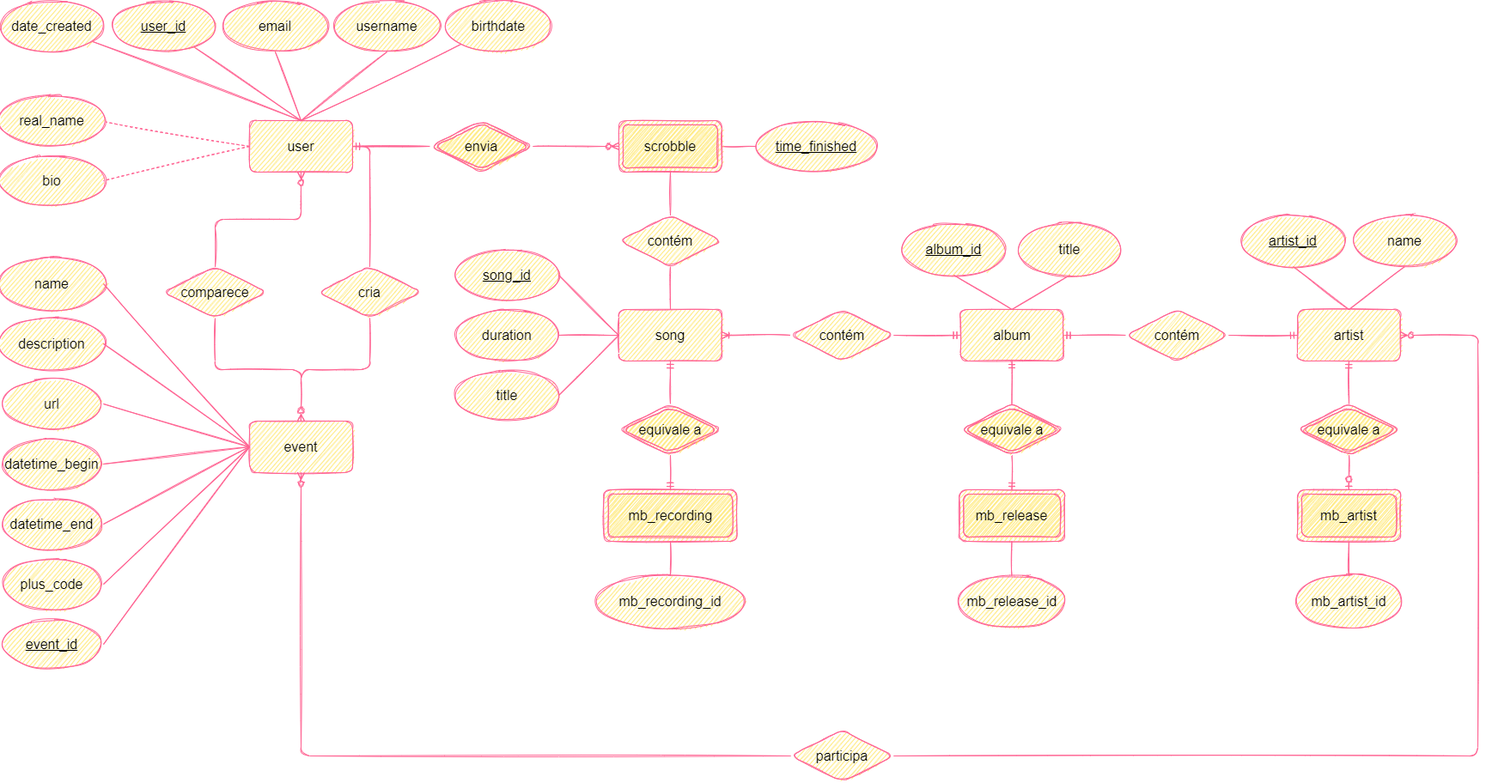
This is schema/MER.png from Salies/voxlog, a draw.io export, as it was before one commit. Source tidied: cells renumbered, new cells last; positions are measured from the earlier drawing's top-left corner, leaving out a move shared by most shapes.
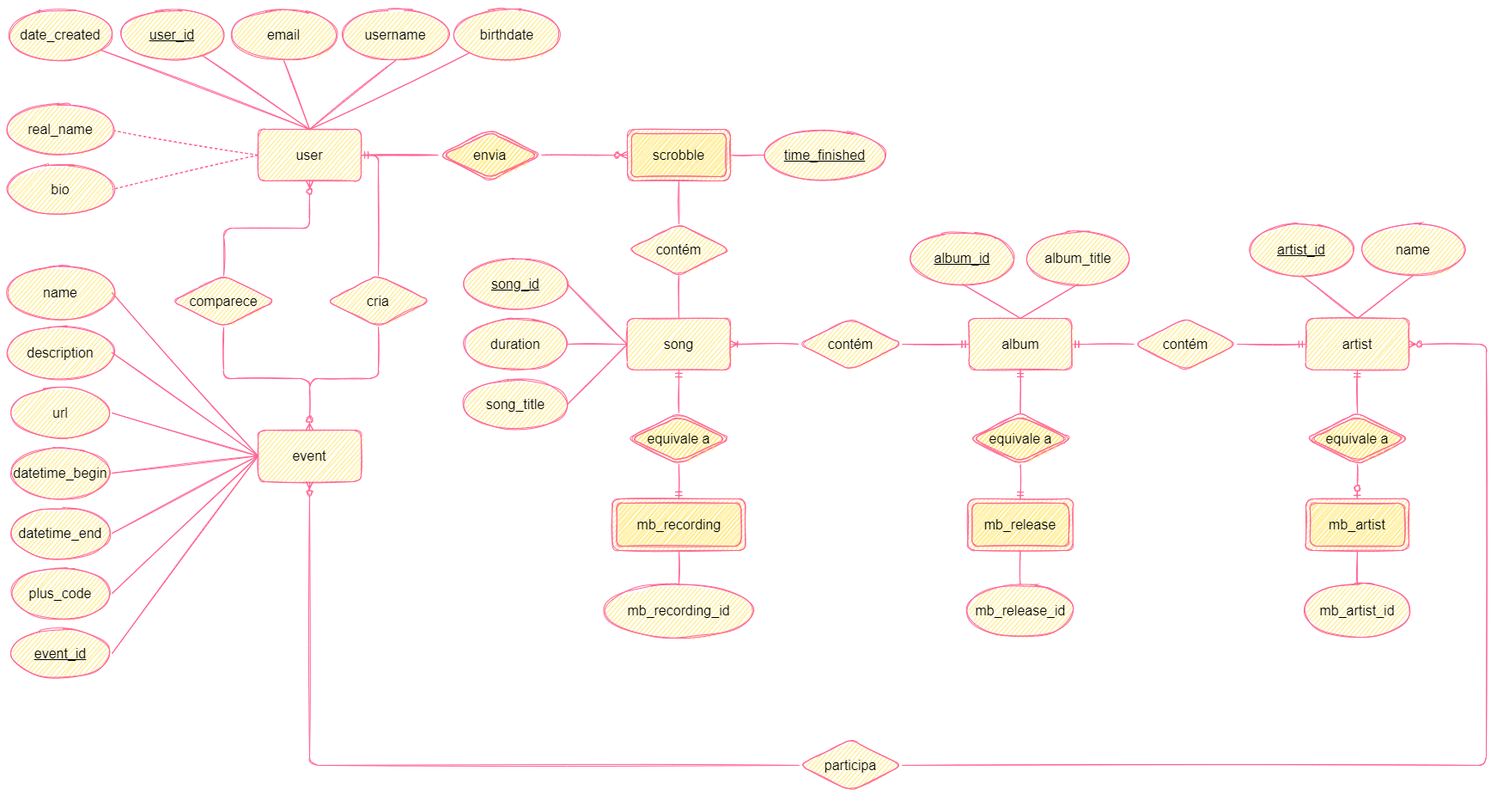
After the commit.

What changed in the source:
```diff
@@ -149,7 +149,7 @@
     <mxCell id="45" value="duration" style="ellipse;whiteSpace=wrap;html=1;fontSize=16;rounded=1;fontStyle=0;fillColor=#FFE45E;strokeColor=#FF6392;fontColor=#000000;sketch=1;" parent="1" vertex="1">
       <mxGeometry x="530" y="360" width="120" height="60" as="geometry" />
     </mxCell>
-    <mxCell id="46" value="title" style="ellipse;whiteSpace=wrap;html=1;fontSize=16;rounded=1;fontStyle=0;fillColor=#FFE45E;strokeColor=#FF6392;fontColor=#000000;sketch=1;" parent="1" vertex="1">
+    <mxCell id="46" value="song_title" style="ellipse;whiteSpace=wrap;html=1;fontSize=16;rounded=1;fontStyle=0;fillColor=#FFE45E;strokeColor=#FF6392;fontColor=#000000;sketch=1;" parent="1" vertex="1">
       <mxGeometry x="530" y="430" width="120" height="60" as="geometry" />
     </mxCell>
     <mxCell id="47" value="equivale a" style="rhombus;whiteSpace=wrap;html=1;fontSize=16;rounded=1;fillColor=#FFE45E;strokeColor=#FF6392;fontColor=#000000;double=1;sketch=1;" parent="1" vertex="1">
@@ -200,7 +200,7 @@
     <mxCell id="58" value="&lt;u&gt;album_id&lt;/u&gt;" style="ellipse;whiteSpace=wrap;html=1;fontSize=16;fillColor=#FFE45E;strokeColor=#FF6392;fontColor=#000000;rounded=1;sketch=1;" parent="1" vertex="1">
       <mxGeometry x="1050" y="260" width="120" height="60" as="geometry" />
     </mxCell>
-    <mxCell id="59" value="title" style="ellipse;whiteSpace=wrap;html=1;fontSize=16;fillColor=#FFE45E;strokeColor=#FF6392;fontColor=#000000;rounded=1;sketch=1;" parent="1" vertex="1">
+    <mxCell id="59" value="album_title" style="ellipse;whiteSpace=wrap;html=1;fontSize=16;fillColor=#FFE45E;strokeColor=#FF6392;fontColor=#000000;rounded=1;sketch=1;" parent="1" vertex="1">
       <mxGeometry x="1185" y="260" width="120" height="60" as="geometry" />
     </mxCell>
     <mxCell id="60" value="name&lt;br&gt;" style="ellipse;whiteSpace=wrap;html=1;fontSize=16;rounded=1;fillColor=#FFE45E;strokeColor=#FF6392;fontColor=#000000;sketch=1;" parent="1" vertex="1">
```
